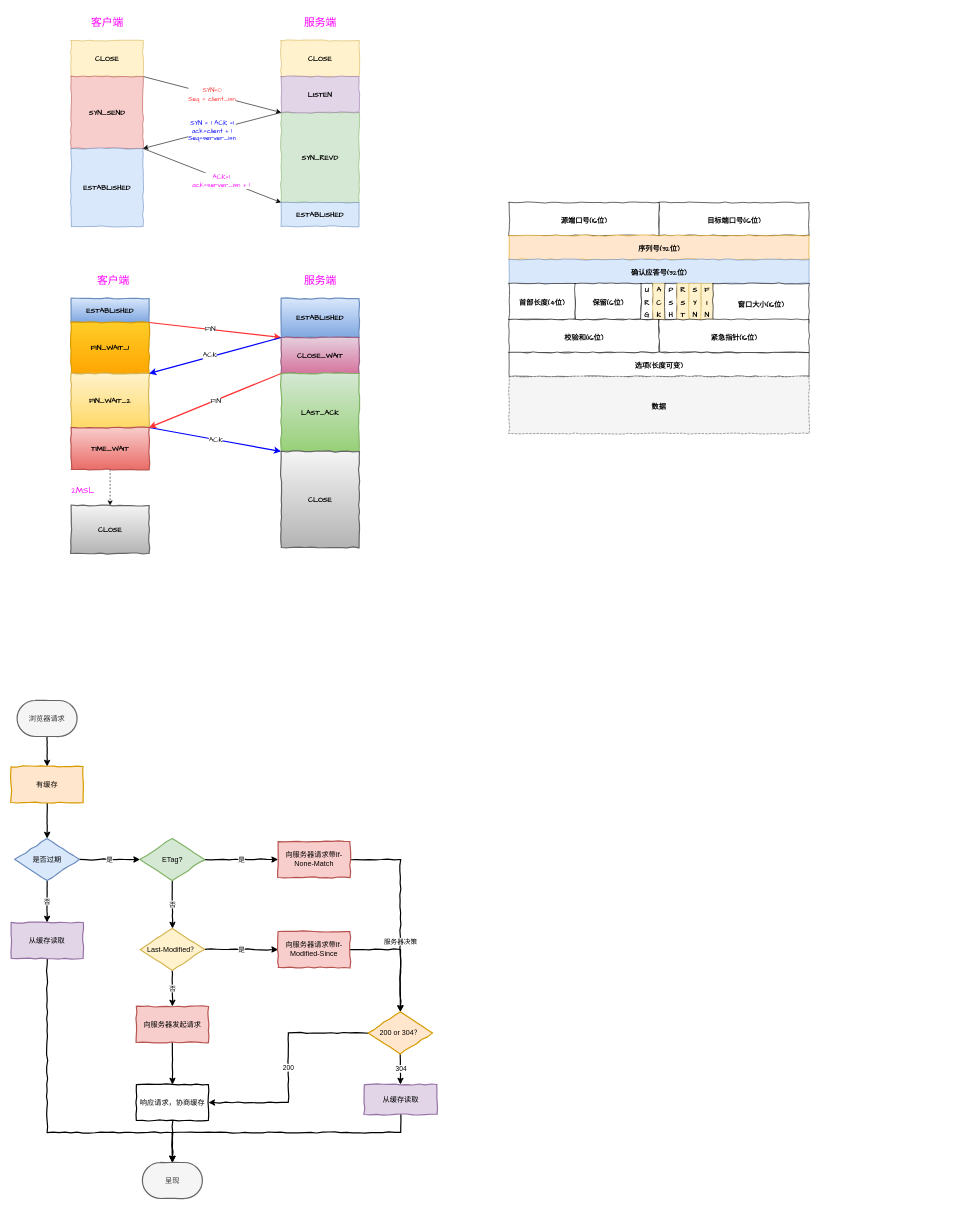
The draw.io diagram Untitled Diagram.drawio in hsoopyao/images, before the edit. Source tidied: cells renumbered, new cells numbered last; positions are measured from the earlier drawing's top-left corner, leaving out a move shared by most shapes. Both pictures are drawn from the tidied source at 60%, with x=0, y=0 at pixel (11, 10).
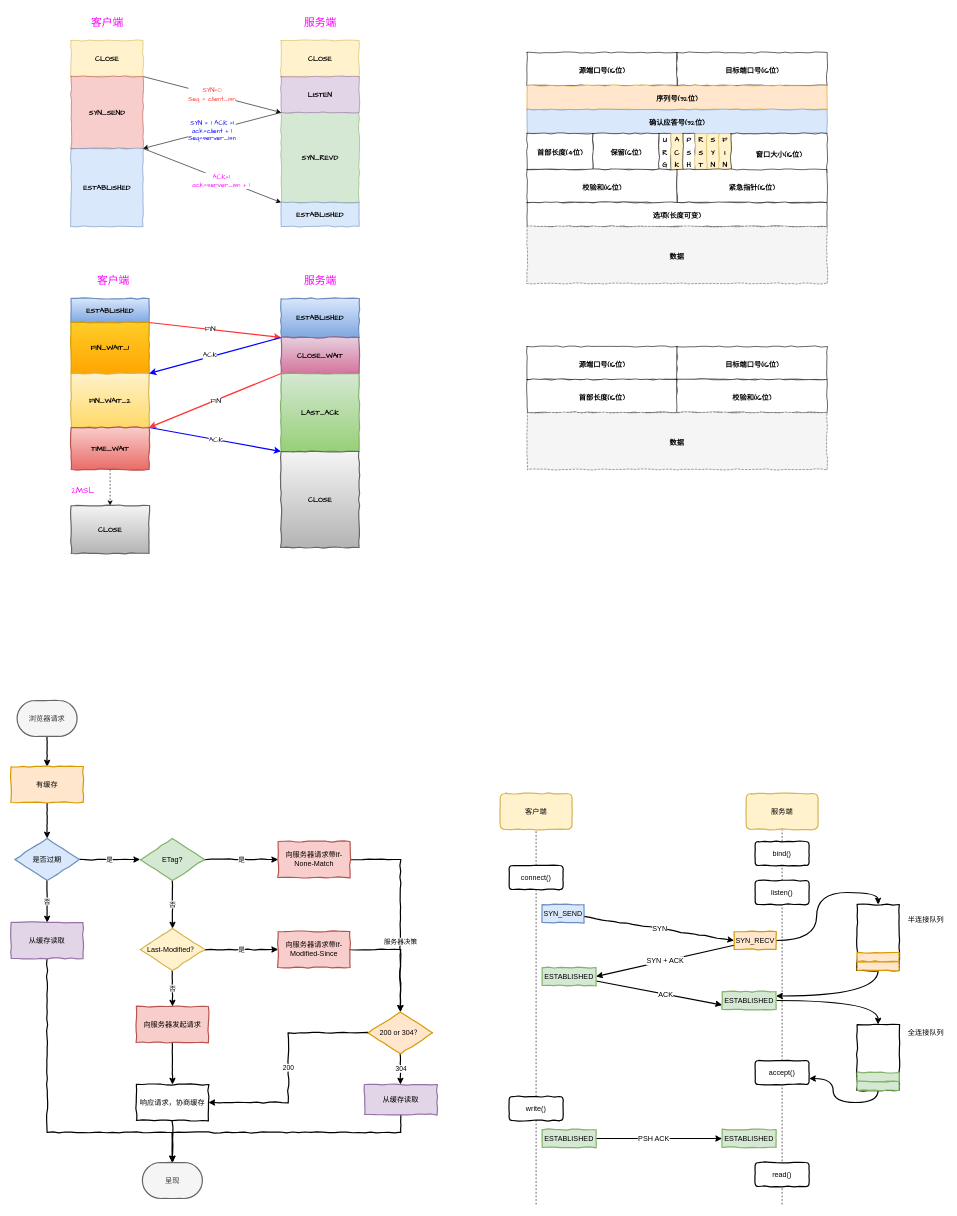
The same page after the edit.

What changed in the source:
```diff
@@
     <mxCell id="16" value="&lt;font color=&quot;#000000&quot;&gt;&lt;span style=&quot;font-size: 12px;&quot;&gt;&lt;b&gt;源端口号(16位)&lt;/b&gt;&lt;/span&gt;&lt;/font&gt;" style="rounded=0;whiteSpace=wrap;html=1;comic=1;fontFamily=Comic Sans MS;fontSize=18;fontColor=#FF00FF;" parent="1" vertex="1">
-      <mxGeometry x="830" y="320" width="250" height="55" as="geometry" />
+      <mxGeometry x="860" y="70" width="250" height="55" as="geometry" />
     </mxCell>
     <mxCell id="17" value="&lt;font color=&quot;#000000&quot;&gt;&lt;span style=&quot;font-size: 12px;&quot;&gt;&lt;b&gt;目标端口号(16位)&lt;/b&gt;&lt;/span&gt;&lt;/font&gt;" style="rounded=0;whiteSpace=wrap;html=1;comic=1;fontFamily=Comic Sans MS;fontSize=18;fontColor=#FF00FF;" parent="1" vertex="1">
-      <mxGeometry x="1080" y="320" width="250" height="55" as="geometry" />
+      <mxGeometry x="1110" y="70" width="250" height="55" as="geometry" />
     </mxCell>
     <mxCell id="18" value="&lt;font color=&quot;#000000&quot;&gt;&lt;span style=&quot;font-size: 12px;&quot;&gt;&lt;b&gt;序列号(32位)&lt;/b&gt;&lt;/span&gt;&lt;/font&gt;" style="rounded=0;whiteSpace=wrap;html=1;comic=1;fontFamily=Comic Sans MS;fontSize=18;fillColor=#ffe6cc;strokeColor=#d79b00;" parent="1" vertex="1">
-      <mxGeometry x="830" y="375" width="500" height="40" as="geometry" />
+      <mxGeometry x="860" y="125" width="500" height="40" as="geometry" />
     </mxCell>
     <mxCell id="19" value="&lt;font color=&quot;#000000&quot;&gt;&lt;span style=&quot;font-size: 12px;&quot;&gt;&lt;b&gt;确认应答号(32位)&lt;/b&gt;&lt;/span&gt;&lt;/font&gt;" style="rounded=0;whiteSpace=wrap;html=1;comic=1;fontFamily=Comic Sans MS;fontSize=18;fillColor=#dae8fc;strokeColor=#6c8ebf;" parent="1" vertex="1">
-      <mxGeometry x="830" y="415" width="500" height="40" as="geometry" />
+      <mxGeometry x="860" y="165" width="500" height="40" as="geometry" />
     </mxCell>
     <mxCell id="20" value="&lt;font color=&quot;#000000&quot;&gt;&lt;span style=&quot;font-size: 12px;&quot;&gt;&lt;b&gt;首部长度(4位)&lt;/b&gt;&lt;/span&gt;&lt;/font&gt;" style="rounded=0;whiteSpace=wrap;html=1;comic=1;fontFamily=Comic Sans MS;fontSize=18;fontColor=#FF00FF;" parent="1" vertex="1">
-      <mxGeometry x="830" y="455" width="110" height="60" as="geometry" />
+      <mxGeometry x="860" y="205" width="110" height="60" as="geometry" />
     </mxCell>
     <mxCell id="21" value="&lt;font color=&quot;#000000&quot;&gt;&lt;span style=&quot;font-size: 12px;&quot;&gt;&lt;b&gt;保留(6位)&lt;/b&gt;&lt;/span&gt;&lt;/font&gt;" style="rounded=0;whiteSpace=wrap;html=1;comic=1;fontFamily=Comic Sans MS;fontSize=18;fontColor=#FF00FF;" parent="1" vertex="1">
-      <mxGeometry x="940" y="455" width="110" height="60" as="geometry" />
+      <mxGeometry x="970" y="205" width="110" height="60" as="geometry" />
     </mxCell>
     <mxCell id="22" value="&lt;font color=&quot;#000000&quot;&gt;&lt;span style=&quot;font-size: 12px;&quot;&gt;&lt;b&gt;U&lt;br&gt;R&lt;br&gt;G&lt;/b&gt;&lt;/span&gt;&lt;/font&gt;" style="rounded=0;whiteSpace=wrap;html=1;comic=1;fontFamily=Comic Sans MS;fontSize=18;fontColor=#FF00FF;" parent="1" vertex="1">
-      <mxGeometry x="1050" y="455" width="20" height="60" as="geometry" />
+      <mxGeometry x="1080" y="205" width="20" height="60" as="geometry" />
     </mxCell>
     <mxCell id="23" value="&lt;font color=&quot;#000000&quot;&gt;&lt;span style=&quot;font-size: 12px;&quot;&gt;&lt;b&gt;A&lt;br&gt;C&lt;br&gt;K&lt;br&gt;&lt;/b&gt;&lt;/span&gt;&lt;/font&gt;" style="rounded=0;whiteSpace=wrap;html=1;comic=1;fontFamily=Comic Sans MS;fontSize=18;fillColor=#fff2cc;strokeColor=#d6b656;" parent="1" vertex="1">
-      <mxGeometry x="1070" y="455" width="20" height="60" as="geometry" />
+      <mxGeometry x="1100" y="205" width="20" height="60" as="geometry" />
     </mxCell>
     <mxCell id="24" value="&lt;font color=&quot;#000000&quot;&gt;&lt;span style=&quot;font-size: 12px;&quot;&gt;&lt;b&gt;P&lt;br&gt;S&lt;br&gt;H&lt;br&gt;&lt;/b&gt;&lt;/span&gt;&lt;/font&gt;" style="rounded=0;whiteSpace=wrap;html=1;comic=1;fontFamily=Comic Sans MS;fontSize=18;fontColor=#FF00FF;" parent="1" vertex="1">
-      <mxGeometry x="1090" y="455" width="20" height="60" as="geometry" />
+      <mxGeometry x="1120" y="205" width="20" height="60" as="geometry" />
     </mxCell>
     <mxCell id="25" value="&lt;font color=&quot;#000000&quot;&gt;&lt;span style=&quot;font-size: 12px;&quot;&gt;&lt;b&gt;R&lt;br&gt;S&lt;br&gt;T&lt;br&gt;&lt;/b&gt;&lt;/span&gt;&lt;/font&gt;" style="rounded=0;whiteSpace=wrap;html=1;comic=1;fontFamily=Comic Sans MS;fontSize=18;fillColor=#fff2cc;strokeColor=#d6b656;" parent="1" vertex="1">
-      <mxGeometry x="1110" y="455" width="20" height="60" as="geometry" />
+      <mxGeometry x="1140" y="205" width="20" height="60" as="geometry" />
     </mxCell>
     <mxCell id="26" value="&lt;font color=&quot;#000000&quot;&gt;&lt;span style=&quot;font-size: 12px;&quot;&gt;&lt;b&gt;S&lt;br&gt;Y&lt;br&gt;N&lt;br&gt;&lt;/b&gt;&lt;/span&gt;&lt;/font&gt;" style="rounded=0;whiteSpace=wrap;html=1;comic=1;fontFamily=Comic Sans MS;fontSize=18;fillColor=#fff2cc;strokeColor=#d6b656;" parent="1" vertex="1">
-      <mxGeometry x="1130" y="455" width="20" height="60" as="geometry" />
+      <mxGeometry x="1160" y="205" width="20" height="60" as="geometry" />
     </mxCell>
     <mxCell id="27" value="&lt;font color=&quot;#000000&quot;&gt;&lt;span style=&quot;font-size: 12px;&quot;&gt;&lt;b&gt;F&lt;br&gt;I&lt;br&gt;N&lt;br&gt;&lt;/b&gt;&lt;/span&gt;&lt;/font&gt;" style="rounded=0;whiteSpace=wrap;html=1;comic=1;fontFamily=Comic Sans MS;fontSize=18;fillColor=#fff2cc;strokeColor=#d6b656;" parent="1" vertex="1">
-      <mxGeometry x="1150" y="455" width="20" height="60" as="geometry" />
+      <mxGeometry x="1180" y="205" width="20" height="60" as="geometry" />
     </mxCell>
     <mxCell id="28" value="&lt;font color=&quot;#000000&quot;&gt;&lt;span style=&quot;font-size: 12px;&quot;&gt;&lt;b&gt;窗口大小(16位)&lt;/b&gt;&lt;/span&gt;&lt;/font&gt;" style="rounded=0;whiteSpace=wrap;html=1;comic=1;fontFamily=Comic Sans MS;fontSize=18;fontColor=#FF00FF;" parent="1" vertex="1">
-      <mxGeometry x="1170" y="455" width="160" height="65" as="geometry" />
+      <mxGeometry x="1200" y="205" width="160" height="65" as="geometry" />
     </mxCell>
     <mxCell id="29" value="&lt;font color=&quot;#000000&quot;&gt;&lt;span style=&quot;font-size: 12px;&quot;&gt;&lt;b&gt;校验和(16位)&lt;/b&gt;&lt;/span&gt;&lt;/font&gt;" style="rounded=0;whiteSpace=wrap;html=1;comic=1;fontFamily=Comic Sans MS;fontSize=18;fontColor=#FF00FF;" parent="1" vertex="1">
-      <mxGeometry x="830" y="515" width="250" height="55" as="geometry" />
+      <mxGeometry x="860" y="265" width="250" height="55" as="geometry" />
     </mxCell>
     <mxCell id="30" value="&lt;font color=&quot;#000000&quot;&gt;&lt;span style=&quot;font-size: 12px;&quot;&gt;&lt;b&gt;紧急指针(16位)&lt;/b&gt;&lt;/span&gt;&lt;/font&gt;" style="rounded=0;whiteSpace=wrap;html=1;comic=1;fontFamily=Comic Sans MS;fontSize=18;fontColor=#FF00FF;" parent="1" vertex="1">
-      <mxGeometry x="1080" y="515" width="250" height="55" as="geometry" />
+      <mxGeometry x="1110" y="265" width="250" height="55" as="geometry" />
     </mxCell>
     <mxCell id="31" value="&lt;font color=&quot;#000000&quot;&gt;&lt;span style=&quot;font-size: 12px;&quot;&gt;&lt;b&gt;选项(长度可变)&lt;/b&gt;&lt;/span&gt;&lt;/font&gt;" style="rounded=0;whiteSpace=wrap;html=1;comic=1;fontFamily=Comic Sans MS;fontSize=18;fontColor=#FF00FF;" parent="1" vertex="1">
-      <mxGeometry x="830" y="570" width="500" height="40" as="geometry" />
+      <mxGeometry x="860" y="320" width="500" height="40" as="geometry" />
     </mxCell>
     <mxCell id="32" value="&lt;font color=&quot;#000000&quot;&gt;&lt;span style=&quot;font-size: 12px;&quot;&gt;&lt;b&gt;数据&lt;/b&gt;&lt;/span&gt;&lt;/font&gt;" style="rounded=0;whiteSpace=wrap;html=1;comic=1;fontFamily=Comic Sans MS;fontSize=18;dashed=1;fillColor=#f5f5f5;strokeColor=#666666;fontColor=#333333;" parent="1" vertex="1">
-      <mxGeometry x="830" y="610" width="500" height="95" as="geometry" />
+      <mxGeometry x="860" y="360" width="500" height="95" as="geometry" />
     </mxCell>
@@
+    <mxCell id="84" style="endArrow=none;dashed=1;html=1;rounded=0;startArrow=none;" parent="1" edge="1" source="88">
+      <mxGeometry relative="1" as="geometry">
+        <mxPoint x="875" y="1365" as="targetPoint" />
+      </mxGeometry>
+    </mxCell>
+    <mxCell id="85" style="endArrow=none;dashed=1;html=1;rounded=0;startArrow=none;" parent="1" edge="1" source="90">
+      <mxGeometry relative="1" as="geometry">
+        <mxPoint x="1285" y="1365" as="targetPoint" />
+      </mxGeometry>
+    </mxCell>
+    <mxCell id="86" value="客户端" style="rounded=1;whiteSpace=wrap;html=1;comic=1;strokeWidth=2;fillColor=#fff2cc;strokeColor=#d6b656;" parent="1" vertex="1">
+      <mxGeometry x="815" y="1305" width="120" height="60" as="geometry" />
+    </mxCell>
+    <mxCell id="87" value="服务端" style="rounded=1;whiteSpace=wrap;html=1;comic=1;fontFamily=Helvetica;fontSize=12;strokeColor=#d6b656;strokeWidth=2;fillColor=#fff2cc;" parent="1" vertex="1">
+      <mxGeometry x="1225" y="1305" width="120" height="60" as="geometry" />
+    </mxCell>
+    <mxCell id="88" value="connect()" style="rounded=1;whiteSpace=wrap;html=1;comic=1;fontFamily=Helvetica;fontSize=12;fontColor=default;strokeColor=default;strokeWidth=2;fillColor=default;" parent="1" vertex="1">
+      <mxGeometry x="830" y="1425" width="90" height="40" as="geometry" />
+    </mxCell>
+    <mxCell id="89" style="endArrow=none;dashed=1;html=1;rounded=0;" parent="1" edge="1" target="88">
+      <mxGeometry relative="1" as="geometry">
+        <mxPoint x="875" y="1990" as="sourcePoint" />
+      </mxGeometry>
+    </mxCell>
+    <mxCell id="90" value="bind()" style="rounded=1;whiteSpace=wrap;html=1;comic=1;fontFamily=Helvetica;fontSize=12;fontColor=default;strokeColor=default;strokeWidth=2;fillColor=default;" parent="1" vertex="1">
+      <mxGeometry x="1240" y="1385" width="90" height="40" as="geometry" />
+    </mxCell>
+    <mxCell id="91" style="endArrow=none;dashed=1;html=1;rounded=0;" parent="1" edge="1" target="90">
+      <mxGeometry relative="1" as="geometry">
+        <mxPoint x="1285" y="1990" as="sourcePoint" />
+      </mxGeometry>
+    </mxCell>
+    <mxCell id="92" style="shape=connector;rounded=0;comic=1;jettySize=auto;html=1;labelBackgroundColor=default;fontFamily=Helvetica;fontSize=12;fontColor=default;endArrow=classic;strokeColor=default;strokeWidth=2;entryX=0;entryY=0.5;entryDx=0;entryDy=0;" parent="1" edge="1" source="94" target="97">
+      <mxGeometry relative="1" as="geometry" />
+    </mxCell>
+    <mxCell id="93" value="SYN" style="edgeLabel;html=1;align=center;verticalAlign=middle;fontSize=12;fontFamily=Helvetica;fontColor=default;" parent="92" vertex="1">
+      <mxGeometry x="-0.1" y="5" relative="1" as="geometry">
+        <mxPoint x="12" y="7" as="offset" />
+      </mxGeometry>
+    </mxCell>
+    <mxCell id="94" value="SYN_SEND" style="rounded=0;whiteSpace=wrap;html=1;comic=1;fontFamily=Helvetica;fontSize=12;strokeColor=#6c8ebf;strokeWidth=2;fillColor=#dae8fc;" parent="1" vertex="1">
+      <mxGeometry x="885" y="1490" width="70" height="30" as="geometry" />
+    </mxCell>
+    <mxCell id="95" style="edgeStyle=orthogonalEdgeStyle;shape=connector;curved=1;rounded=0;comic=1;jettySize=auto;html=1;exitX=1;exitY=0.5;exitDx=0;exitDy=0;entryX=0.5;entryY=0;entryDx=0;entryDy=0;labelBackgroundColor=default;fontFamily=Helvetica;fontSize=12;fontColor=default;endArrow=classic;strokeColor=default;strokeWidth=2;" parent="1" edge="1" source="97" target="104">
+      <mxGeometry relative="1" as="geometry" />
+    </mxCell>
+    <mxCell id="96" value="SYN + ACK" style="edgeStyle=none;shape=connector;curved=1;rounded=0;comic=1;jettySize=auto;html=1;entryX=1;entryY=0.5;entryDx=0;entryDy=0;labelBackgroundColor=default;fontFamily=Helvetica;fontSize=12;fontColor=default;endArrow=classic;strokeColor=default;strokeWidth=2;" parent="1" edge="1" source="97" target="99">
+      <mxGeometry relative="1" as="geometry" />
+    </mxCell>
+    <mxCell id="97" value="SYN_RECV" style="rounded=0;whiteSpace=wrap;html=1;comic=1;fontFamily=Helvetica;fontSize=12;strokeColor=#d79b00;strokeWidth=2;fillColor=#ffe6cc;" parent="1" vertex="1">
+      <mxGeometry x="1205" y="1535" width="70" height="30" as="geometry" />
+    </mxCell>
+    <mxCell id="98" value="ACK" style="edgeStyle=none;shape=connector;curved=1;rounded=0;comic=1;jettySize=auto;html=1;exitX=1;exitY=0.75;exitDx=0;exitDy=0;entryX=0;entryY=0.75;entryDx=0;entryDy=0;labelBackgroundColor=default;fontFamily=Helvetica;fontSize=12;fontColor=default;endArrow=classic;strokeColor=default;strokeWidth=2;" parent="1" edge="1" source="99" target="101">
+      <mxGeometry x="0.1" y="-1" relative="1" as="geometry" />
+    </mxCell>
+    <mxCell id="99" value="ESTABLISHED" style="rounded=0;whiteSpace=wrap;html=1;comic=1;fontFamily=Helvetica;fontSize=12;strokeColor=#82b366;strokeWidth=2;fillColor=#d5e8d4;" parent="1" vertex="1">
+      <mxGeometry x="885" y="1595" width="90" height="30" as="geometry" />
+    </mxCell>
+    <mxCell id="100" style="edgeStyle=orthogonalEdgeStyle;shape=connector;curved=1;rounded=0;comic=1;jettySize=auto;html=1;labelBackgroundColor=default;fontFamily=Helvetica;fontSize=12;fontColor=default;endArrow=classic;strokeColor=default;strokeWidth=2;" parent="1" edge="1" source="101" target="106">
+      <mxGeometry relative="1" as="geometry" />
+    </mxCell>
+    <mxCell id="101" value="ESTABLISHED" style="rounded=0;whiteSpace=wrap;html=1;comic=1;fontFamily=Helvetica;fontSize=12;strokeColor=#82b366;strokeWidth=2;fillColor=#d5e8d4;" parent="1" vertex="1">
+      <mxGeometry x="1185" y="1635" width="90" height="30" as="geometry" />
+    </mxCell>
+    <mxCell id="102" value="listen()" style="rounded=1;whiteSpace=wrap;html=1;comic=1;fontFamily=Helvetica;fontSize=12;fontColor=default;strokeColor=default;strokeWidth=2;fillColor=default;" parent="1" vertex="1">
+      <mxGeometry x="1240" y="1450" width="90" height="40" as="geometry" />
+    </mxCell>
+    <mxCell id="103" style="edgeStyle=orthogonalEdgeStyle;shape=connector;curved=1;rounded=0;comic=1;jettySize=auto;html=1;entryX=1;entryY=0.25;entryDx=0;entryDy=0;labelBackgroundColor=default;fontFamily=Helvetica;fontSize=12;fontColor=default;endArrow=classic;strokeColor=default;strokeWidth=2;exitX=0.5;exitY=1;exitDx=0;exitDy=0;" parent="1" edge="1" source="104" target="101">
+      <mxGeometry relative="1" as="geometry" />
+    </mxCell>
+    <mxCell id="104" style="whiteSpace=wrap;html=1;rounded=0;comic=1;strokeWidth=2;" parent="1" vertex="1">
+      <mxGeometry x="1410" y="1490" width="70" height="110" as="geometry" />
+    </mxCell>
+    <mxCell id="105" style="edgeStyle=orthogonalEdgeStyle;shape=connector;curved=1;rounded=0;comic=1;jettySize=auto;html=1;entryX=1;entryY=0.75;entryDx=0;entryDy=0;labelBackgroundColor=default;fontFamily=Helvetica;fontSize=12;fontColor=default;endArrow=classic;strokeColor=default;strokeWidth=2;exitX=0.5;exitY=1;exitDx=0;exitDy=0;" parent="1" edge="1" source="106" target="107">
+      <mxGeometry relative="1" as="geometry" />
+    </mxCell>
+    <mxCell id="106" style="whiteSpace=wrap;html=1;rounded=0;comic=1;strokeWidth=2;" parent="1" vertex="1">
+      <mxGeometry x="1410" y="1690" width="70" height="110" as="geometry" />
+    </mxCell>
+    <mxCell id="107" value="accept()" style="rounded=1;whiteSpace=wrap;html=1;comic=1;fontFamily=Helvetica;fontSize=12;fontColor=default;strokeColor=default;strokeWidth=2;fillColor=default;" parent="1" vertex="1">
+      <mxGeometry x="1240" y="1750" width="90" height="40" as="geometry" />
+    </mxCell>
+    <mxCell id="108" value="write()" style="rounded=1;whiteSpace=wrap;html=1;comic=1;fontFamily=Helvetica;fontSize=12;fontColor=default;strokeColor=default;strokeWidth=2;fillColor=default;" parent="1" vertex="1">
+      <mxGeometry x="830" y="1810" width="90" height="40" as="geometry" />
+    </mxCell>
+    <mxCell id="109" value="read()" style="rounded=1;whiteSpace=wrap;html=1;comic=1;fontFamily=Helvetica;fontSize=12;fontColor=default;strokeColor=default;strokeWidth=2;fillColor=default;" parent="1" vertex="1">
+      <mxGeometry x="1240" y="1920" width="90" height="40" as="geometry" />
+    </mxCell>
+    <mxCell id="110" style="edgeStyle=none;shape=connector;curved=1;rounded=0;comic=1;jettySize=auto;html=1;exitX=1;exitY=0.5;exitDx=0;exitDy=0;entryX=0;entryY=0.5;entryDx=0;entryDy=0;labelBackgroundColor=default;fontFamily=Helvetica;fontSize=12;fontColor=default;endArrow=classic;strokeColor=default;strokeWidth=2;" parent="1" edge="1" source="112" target="113">
+      <mxGeometry relative="1" as="geometry" />
+    </mxCell>
+    <mxCell id="111" value="PSH ACK" style="edgeLabel;html=1;align=center;verticalAlign=middle;fontSize=12;fontFamily=Helvetica;fontColor=default;" parent="110" vertex="1">
+      <mxGeometry x="-0.19" y="-3" relative="1" as="geometry">
+        <mxPoint x="10" y="-3" as="offset" />
+      </mxGeometry>
+    </mxCell>
+    <mxCell id="112" value="ESTABLISHED" style="rounded=0;whiteSpace=wrap;html=1;comic=1;fontFamily=Helvetica;fontSize=12;strokeColor=#82b366;strokeWidth=2;fillColor=#d5e8d4;" parent="1" vertex="1">
+      <mxGeometry x="885" y="1865" width="90" height="30" as="geometry" />
+    </mxCell>
+    <mxCell id="113" value="ESTABLISHED" style="rounded=0;whiteSpace=wrap;html=1;comic=1;fontFamily=Helvetica;fontSize=12;strokeColor=#82b366;strokeWidth=2;fillColor=#d5e8d4;" parent="1" vertex="1">
+      <mxGeometry x="1185" y="1865" width="90" height="30" as="geometry" />
+    </mxCell>
+    <mxCell id="114" style="rounded=0;whiteSpace=wrap;html=1;comic=1;fontFamily=Helvetica;fontSize=12;strokeColor=#d79b00;strokeWidth=2;fillColor=#ffe6cc;" parent="1" vertex="1">
+      <mxGeometry x="1410" y="1570" width="70" height="15" as="geometry" />
+    </mxCell>
+    <mxCell id="115" style="rounded=0;whiteSpace=wrap;html=1;comic=1;fontFamily=Helvetica;fontSize=12;strokeColor=#d79b00;strokeWidth=2;fillColor=#ffe6cc;" parent="1" vertex="1">
+      <mxGeometry x="1410" y="1585" width="70" height="15" as="geometry" />
+    </mxCell>
+    <mxCell id="116" style="rounded=0;whiteSpace=wrap;html=1;comic=1;fontFamily=Helvetica;fontSize=12;strokeColor=#82b366;strokeWidth=2;fillColor=#d5e8d4;" parent="1" vertex="1">
+      <mxGeometry x="1410" y="1770" width="70" height="15" as="geometry" />
+    </mxCell>
+    <mxCell id="117" style="rounded=0;whiteSpace=wrap;html=1;comic=1;fontFamily=Helvetica;fontSize=12;strokeColor=#82b366;strokeWidth=2;fillColor=#d5e8d4;" parent="1" vertex="1">
+      <mxGeometry x="1410" y="1785" width="70" height="15" as="geometry" />
+    </mxCell>
+    <mxCell id="118" value="半连接队列" style="text;html=1;strokeColor=none;fillColor=none;align=center;verticalAlign=middle;whiteSpace=wrap;rounded=0;comic=1;fontFamily=Helvetica;fontSize=12;fontColor=default;" parent="1" vertex="1">
+      <mxGeometry x="1490" y="1500" width="70" height="30" as="geometry" />
+    </mxCell>
+    <mxCell id="119" value="全连接队列" style="text;html=1;strokeColor=none;fillColor=none;align=center;verticalAlign=middle;whiteSpace=wrap;rounded=0;comic=1;fontFamily=Helvetica;fontSize=12;fontColor=default;" parent="1" vertex="1">
+      <mxGeometry x="1490" y="1689" width="70" height="30" as="geometry" />
+    </mxCell>
+    <mxCell id="120" value="&lt;font color=&quot;#000000&quot;&gt;&lt;span style=&quot;font-size: 12px;&quot;&gt;&lt;b&gt;源端口号(16位)&lt;/b&gt;&lt;/span&gt;&lt;/font&gt;" style="rounded=0;whiteSpace=wrap;html=1;comic=1;fontFamily=Comic Sans MS;fontSize=18;fontColor=#FF00FF;" parent="1" vertex="1">
+      <mxGeometry x="860" y="560" width="250" height="55" as="geometry" />
+    </mxCell>
+    <mxCell id="121" value="&lt;font color=&quot;#000000&quot;&gt;&lt;span style=&quot;font-size: 12px;&quot;&gt;&lt;b&gt;目标端口号(16位)&lt;/b&gt;&lt;/span&gt;&lt;/font&gt;" style="rounded=0;whiteSpace=wrap;html=1;comic=1;fontFamily=Comic Sans MS;fontSize=18;fontColor=#FF00FF;" parent="1" vertex="1">
+      <mxGeometry x="1110" y="560" width="250" height="55" as="geometry" />
+    </mxCell>
+    <mxCell id="122" value="&lt;font color=&quot;#000000&quot;&gt;&lt;span style=&quot;font-size: 12px;&quot;&gt;&lt;b&gt;首部长度(16位)&lt;/b&gt;&lt;/span&gt;&lt;/font&gt;" style="rounded=0;whiteSpace=wrap;html=1;comic=1;fontFamily=Comic Sans MS;fontSize=18;fontColor=#FF00FF;" parent="1" vertex="1">
+      <mxGeometry x="860" y="615" width="250" height="55" as="geometry" />
+    </mxCell>
+    <mxCell id="123" value="&lt;font color=&quot;#000000&quot;&gt;&lt;span style=&quot;font-size: 12px;&quot;&gt;&lt;b&gt;校验和(16位)&lt;/b&gt;&lt;/span&gt;&lt;/font&gt;" style="rounded=0;whiteSpace=wrap;html=1;comic=1;fontFamily=Comic Sans MS;fontSize=18;fontColor=#FF00FF;" parent="1" vertex="1">
+      <mxGeometry x="1110" y="615" width="250" height="55" as="geometry" />
+    </mxCell>
+    <mxCell id="124" value="&lt;font color=&quot;#000000&quot;&gt;&lt;span style=&quot;font-size: 12px;&quot;&gt;&lt;b&gt;数据&lt;/b&gt;&lt;/span&gt;&lt;/font&gt;" style="rounded=0;whiteSpace=wrap;html=1;comic=1;fontFamily=Comic Sans MS;fontSize=18;dashed=1;fillColor=#f5f5f5;strokeColor=#666666;fontColor=#333333;" parent="1" vertex="1">
+      <mxGeometry x="860" y="670" width="500" height="95" as="geometry" />
+    </mxCell>
```
